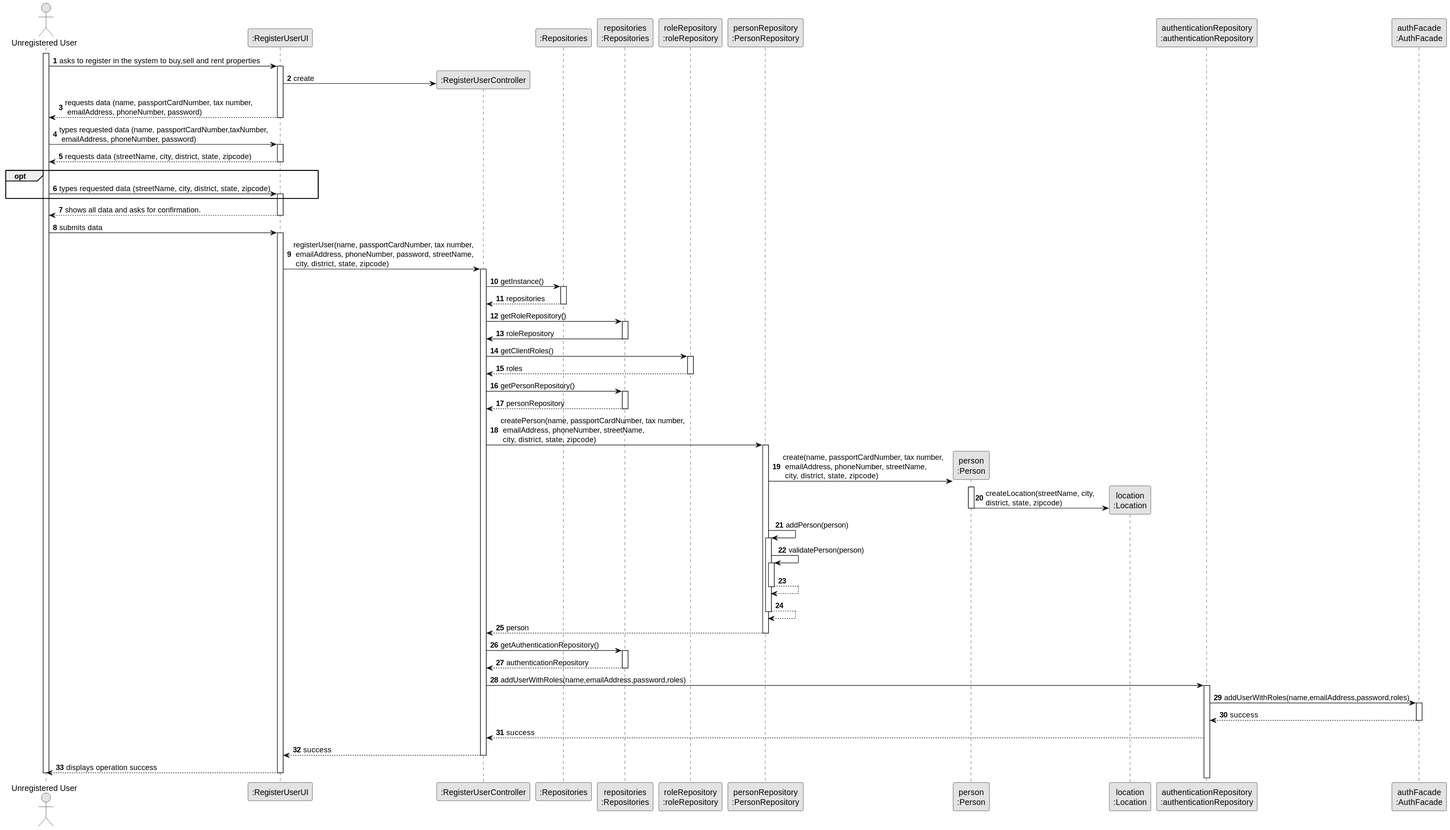
This is docs/sprintB/us007/03.design/svg/us007-sequence-diagram-split.svg from rita-barbosa/LAPR2-2223, a PlantUML export, as it was before one commit.
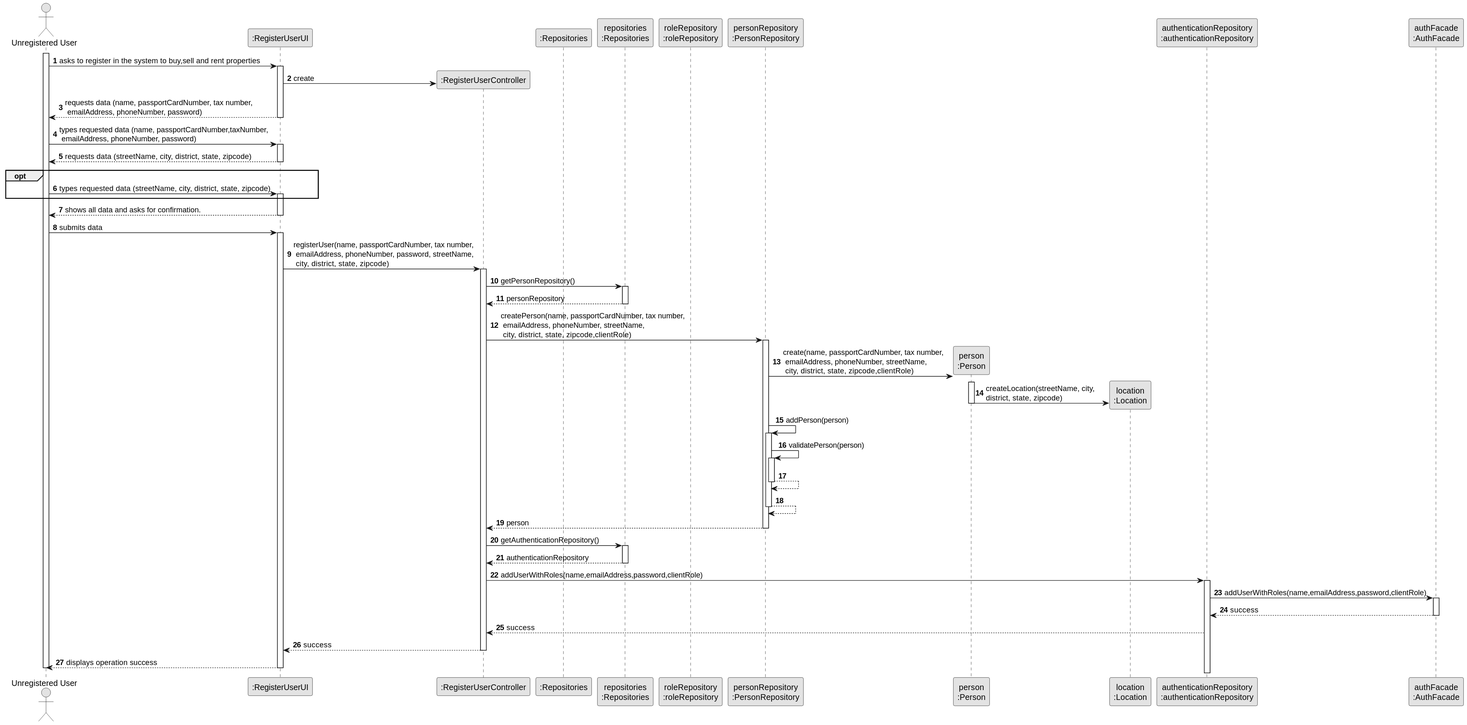
After the commit.

Change to the diagram source:
```diff
@@ -49,74 +49,55 @@
     UI -> CTRL : registerUser(name, passportCardNumber, tax number,\n emailAddress, phoneNumber, password, streetName,\n city, district, state, zipcode)
     activate CTRL
 
-    CTRL -> RepositorySingleton : getInstance()
-            activate RepositorySingleton
+    CTRL -> PLAT : getPersonRepository()
+    activate PLAT
 
-                RepositorySingleton --> CTRL: repositories
-            deactivate RepositorySingleton
+    PLAT --> CTRL : personRepository
+    deactivate PLAT
 
-            CTRL -> PLAT : getRoleRepository()
-            activate PLAT
+    CTRL -> PERSONREP : createPerson(name, passportCardNumber, tax number,\n emailAddress, phoneNumber, streetName,\n city, district, state, zipcode,clientRole)
+   activate PERSONREP
 
-                PLAT -> CTRL : roleRepository
-            deactivate PLAT
+    PERSONREP -> PERSON** : create(name, passportCardNumber, tax number,\n emailAddress, phoneNumber, streetName,\n city, district, state, zipcode,clientRole)
+    activate PERSON
 
+    PERSON -> LOCATION** : createLocation(streetName, city, \ndistrict, state, zipcode)
+    deactivate PERSON
 
-            CTRL -> RoleRepository : getClientRoles()
-            activate RoleRepository
+    PERSONREP -> PERSONREP: addPerson(person)
+    activate PERSONREP
 
-                RoleRepository --> CTRL : roles
-            deactivate RoleRepository
+        PERSONREP -> PERSONREP: validatePerson(person)
+        activate PERSONREP
 
-            CTRL -> PLAT : getPersonRepository()
-            activate PLAT
+        PERSONREP --> PERSONREP :
+        deactivate PERSONREP
 
-            PLAT --> CTRL : personRepository
-            deactivate PLAT
+    PERSONREP --> PERSONREP :
+    deactivate PERSONREP
 
-            CTRL -> PERSONREP : createPerson(name, passportCardNumber, tax number,\n emailAddress, phoneNumber, streetName,\n city, district, state, zipcode)
-           activate PERSONREP
+    PERSONREP --> CTRL : person
+    deactivate PERSONREP
 
-            PERSONREP -> PERSON** : create(name, passportCardNumber, tax number,\n emailAddress, phoneNumber, streetName,\n city, district, state, zipcode)
-            activate PERSON
+    CTRL -> PLAT : getAuthenticationRepository()
+    activate PLAT
 
-            PERSON -> LOCATION** : createLocation(streetName, city, \ndistrict, state, zipcode)
-            deactivate PERSON
+    PLAT --> CTRL: authenticationRepository
+    deactivate PLAT
 
-            PERSONREP -> PERSONREP: addPerson(person)
-            activate PERSONREP
+    CTRL -> AUTHREP : addUserWithRoles(name,emailAddress,password,clientRole)
+    activate AUTHREP
 
-                PERSONREP -> PERSONREP: validatePerson(person)
-                activate PERSONREP
+    AUTHREP -> AUTHFACADE: addUserWithRoles(name,emailAddress,password,clientRole)
+    activate AUTHFACADE
 
-                PERSONREP --> PERSONREP :
-                deactivate PERSONREP
+    AUTHFACADE --> AUTHREP: success
+    deactivate AUTHFACADE
 
-            PERSONREP --> PERSONREP :
-            deactivate PERSONREP
+    AUTHREP --> CTRL : success
 
-            PERSONREP --> CTRL : person
-            deactivate PERSONREP
-
-            CTRL -> PLAT : getAuthenticationRepository()
-            activate PLAT
-
-            PLAT --> CTRL: authenticationRepository
-            deactivate PLAT
-
-            CTRL -> AUTHREP : addUserWithRoles(name,emailAddress,password,roles)
-            activate AUTHREP
-
-            AUTHREP -> AUTHFACADE: addUserWithRoles(name,emailAddress,password,roles)
-            activate AUTHFACADE
-
-            AUTHFACADE --> AUTHREP: success
-            deactivate AUTHFACADE
-
-            AUTHREP --> CTRL : success
-
-            CTRL --> UI :success
-            deactivate CTRL
+    CTRL --> UI :success
+    deactivate CTRL
 
     UI --> ADM : displays operation success
     deactivate UI
```
